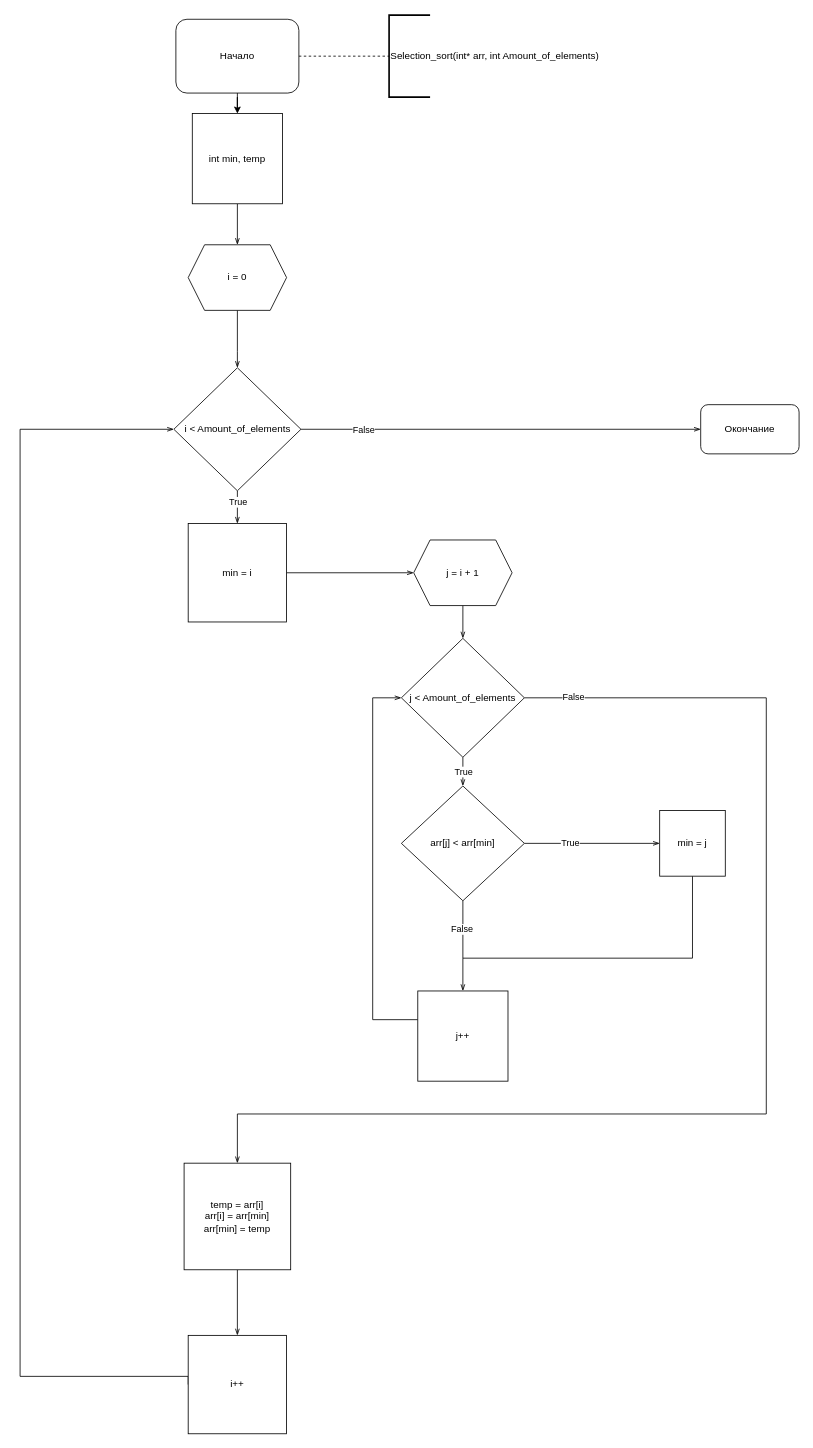
Earlier version of the draw.io diagram Untitled Diagram.drawio (khanhbg339/Logic_Thuat_toan). Source tidied: cells renumbered, new cells numbered last; positions are measured from the earlier drawing's top-left corner, leaving out a move shared by most shapes. Both pictures are drawn from the tidied source at 82%, with x=0, y=0 at pixel (20, 15).
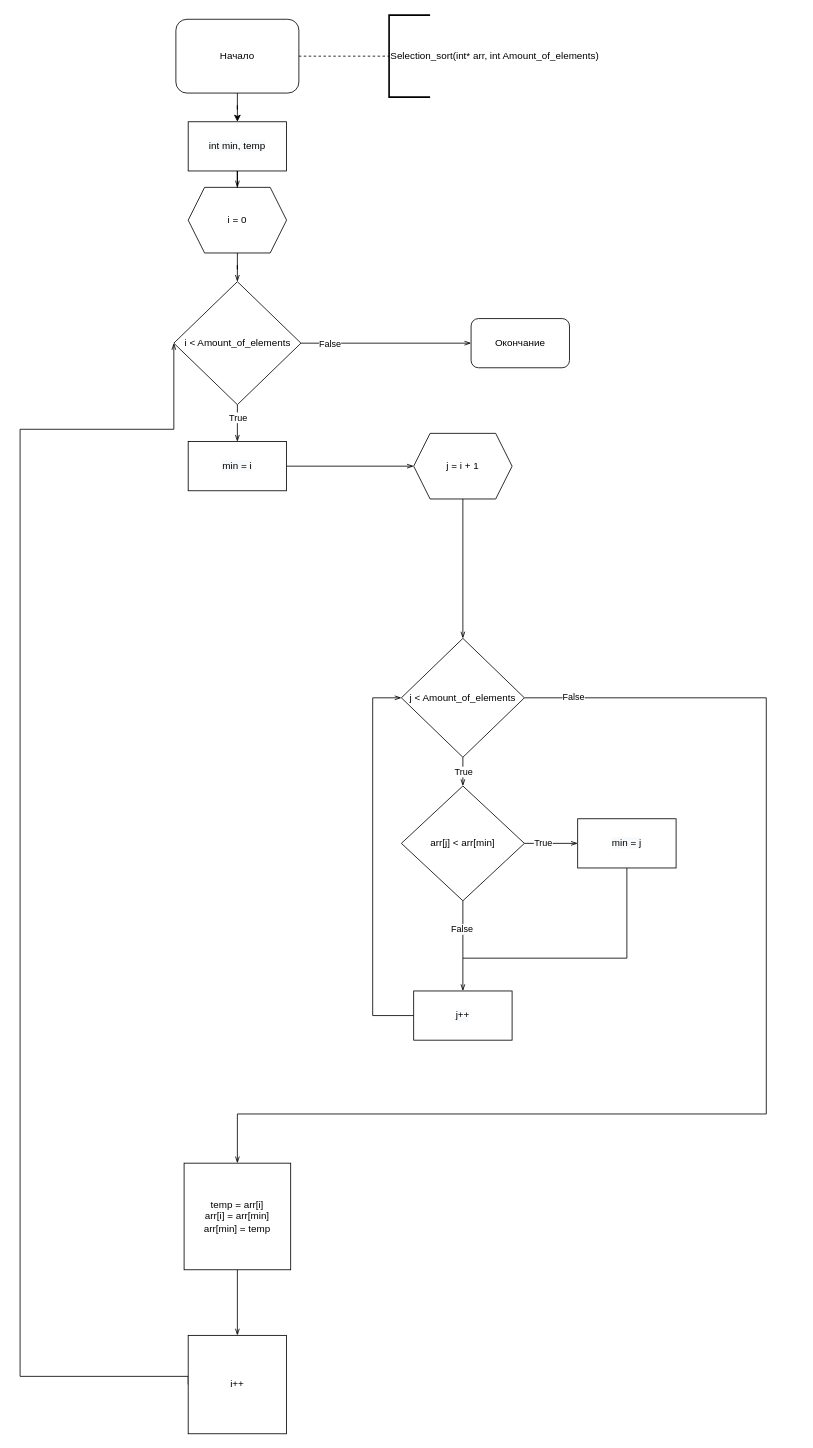
The same diagram, later.

The change refers to these unchanged cells:
```xml
<mxCell id="3" value="Начало" style="rounded=1;whiteSpace=wrap;html=1;" parent="1" vertex="1">
  <mxGeometry x="190" y="5" width="150" height="90" as="geometry" />
</mxCell>
<mxCell id="25" value="j &amp;lt; Amount_of_elements" style="rhombus;whiteSpace=wrap;html=1;" parent="1" vertex="1">
  <mxGeometry x="465" y="760" width="150" height="145" as="geometry" />
</mxCell>
<mxCell id="30" value="arr[j] &amp;lt; arr[min]" style="rhombus;whiteSpace=wrap;html=1;" parent="1" vertex="1">
  <mxGeometry x="465" y="940" width="150" height="140" as="geometry" />
</mxCell>
```

Change to the diagram source:
```diff
@@
-    <mxCell id="2" style="edgeStyle=orthogonalEdgeStyle;rounded=0;jettySize=auto;html=1;" parent="1" edge="1" source="3" target="7">
+    <mxCell id="2" style="edgeStyle=orthogonalEdgeStyle;rounded=0;jettySize=auto;html=1;entryX=0.5;entryY=0;entryDx=0;entryDy=0;" parent="1" edge="1" source="3" target="7">
       <mxGeometry relative="1" as="geometry" />
     </mxCell>
@@
-    <mxCell id="6" style="edgeStyle=orthogonalEdgeStyle;rounded=0;jettySize=auto;html=1;exitX=0.5;exitY=1;exitDx=0;exitDy=0;entryX=0.5;entryY=0;entryDx=0;entryDy=0;endArrow=openThin;endFill=0;" parent="1" edge="1" source="7" target="18">
-      <mxGeometry relative="1" as="geometry" />
-    </mxCell>
-    <mxCell id="7" value="int min, temp" style="whiteSpace=wrap;html=1;" parent="1" vertex="1">
-      <mxGeometry x="210" y="120" width="110" height="110" as="geometry" />
-    </mxCell>
@@
-    <mxCell id="10" style="edgeStyle=orthogonalEdgeStyle;rounded=0;jettySize=auto;html=1;startArrow=none;startFill=0;endArrow=openThin;endFill=0;" parent="1" edge="1" source="12" target="14">
+    <mxCell id="10" style="edgeStyle=orthogonalEdgeStyle;rounded=0;jettySize=auto;html=1;startArrow=none;startFill=0;endArrow=openThin;endFill=0;entryX=0.5;entryY=0;entryDx=0;entryDy=0;" parent="1" edge="1" source="12" target="14">
       <mxGeometry relative="1" as="geometry">
         <Array as="points">
-          <mxPoint x="265" y="600" />
-          <mxPoint x="265" y="600" />
+          <mxPoint x="270" y="420" />
+          <mxPoint x="270" y="420" />
         </Array>
       </mxGeometry>
     </mxCell>
@@
     <mxCell id="12" value="i &amp;lt; Amount_of_elements" style="rhombus;whiteSpace=wrap;html=1;" parent="1" vertex="1">
-      <mxGeometry x="187.5" y="430" width="155" height="150" as="geometry" />
+      <mxGeometry x="187.5" y="325" width="155" height="150" as="geometry" />
     </mxCell>
-    <mxCell id="13" style="edgeStyle=orthogonalEdgeStyle;rounded=0;jettySize=auto;html=1;startArrow=none;startFill=0;endArrow=openThin;endFill=0;" parent="1" edge="1" source="14" target="20">
+    <mxCell id="13" style="edgeStyle=orthogonalEdgeStyle;rounded=0;jettySize=auto;html=1;startArrow=none;startFill=0;endArrow=openThin;endFill=0;exitX=1;exitY=0.5;exitDx=0;exitDy=0;" parent="1" edge="1" source="14" target="20">
       <mxGeometry relative="1" as="geometry" />
     </mxCell>
-    <mxCell id="14" value="min = i" style="whiteSpace=wrap;html=1;" parent="1" vertex="1">
-      <mxGeometry x="205" y="620" width="120" height="120" as="geometry" />
-    </mxCell>
@@
-    <mxCell id="17" style="edgeStyle=orthogonalEdgeStyle;rounded=0;jettySize=auto;html=1;exitX=0.5;exitY=1;exitDx=0;exitDy=0;entryX=0.5;entryY=0;entryDx=0;entryDy=0;endArrow=openThin;endFill=0;" parent="1" edge="1" source="18" target="12">
-      <mxGeometry relative="1" as="geometry">
-        <Array as="points">
-          <mxPoint x="265" y="410" />
-          <mxPoint x="265" y="410" />
-        </Array>
-      </mxGeometry>
+    <mxCell id="17" style="edgeStyle=orthogonalEdgeStyle;rounded=0;jettySize=auto;html=1;startArrow=none;startFill=0;endArrow=openThin;endFill=0;" parent="1" edge="1" source="18" target="12">
+      <mxGeometry relative="1" as="geometry" />
     </mxCell>
     <mxCell id="18" value="i = 0" style="shape=hexagon;perimeter=hexagonPerimeter2;whiteSpace=wrap;html=1;fixedSize=1;" parent="1" vertex="1">
-      <mxGeometry x="205" y="280" width="120" height="80" as="geometry" />
+      <mxGeometry x="205" y="210" width="120" height="80" as="geometry" />
     </mxCell>
@@
     <mxCell id="20" value="j = i + 1" style="shape=hexagon;perimeter=hexagonPerimeter2;whiteSpace=wrap;html=1;fixedSize=1;" parent="1" vertex="1">
-      <mxGeometry x="480" y="640" width="120" height="80" as="geometry" />
+      <mxGeometry x="480" y="510" width="120" height="80" as="geometry" />
     </mxCell>
@@
-    <mxCell id="26" style="edgeStyle=orthogonalEdgeStyle;rounded=0;jettySize=auto;html=1;startArrow=none;startFill=0;endArrow=openThin;endFill=0;" parent="1" edge="1" source="30" target="32">
-      <mxGeometry relative="1" as="geometry">
-        <Array as="points">
-          <mxPoint x="540" y="1150" />
-          <mxPoint x="540" y="1150" />
-        </Array>
-      </mxGeometry>
+    <mxCell id="26" style="edgeStyle=orthogonalEdgeStyle;rounded=0;jettySize=auto;html=1;startArrow=none;startFill=0;endArrow=openThin;endFill=0;entryX=0.5;entryY=0;entryDx=0;entryDy=0;" parent="1" edge="1" source="30" target="32">
+      <mxGeometry relative="1" as="geometry" />
     </mxCell>
@@
-    <mxCell id="28" style="edgeStyle=orthogonalEdgeStyle;rounded=0;jettySize=auto;html=1;startArrow=none;startFill=0;endArrow=openThin;endFill=0;" parent="1" edge="1" source="30" target="34">
+    <mxCell id="28" style="edgeStyle=orthogonalEdgeStyle;rounded=0;jettySize=auto;html=1;startArrow=none;startFill=0;endArrow=openThin;endFill=0;entryX=0;entryY=0.5;entryDx=0;entryDy=0;" parent="1" edge="1" source="30" target="34">
       <mxGeometry relative="1" as="geometry" />
     </mxCell>
@@
-    <mxCell id="31" style="edgeStyle=orthogonalEdgeStyle;rounded=0;jettySize=auto;html=1;entryX=0;entryY=0.5;entryDx=0;entryDy=0;startArrow=none;startFill=0;endArrow=openThin;endFill=0;" parent="1" edge="1" source="32" target="25">
+    <mxCell id="31" style="edgeStyle=orthogonalEdgeStyle;rounded=0;jettySize=auto;html=1;entryX=0;entryY=0.5;entryDx=0;entryDy=0;startArrow=none;startFill=0;endArrow=openThin;endFill=0;exitX=0;exitY=0.5;exitDx=0;exitDy=0;" parent="1" edge="1" source="32" target="25">
       <mxGeometry relative="1" as="geometry">
         <Array as="points">
-          <mxPoint x="430" y="1225" />
-          <mxPoint x="430" y="833" />
+          <mxPoint x="430" y="1220" />
+          <mxPoint x="430" y="832" />
         </Array>
       </mxGeometry>
     </mxCell>
-    <mxCell id="32" value="j++" style="whiteSpace=wrap;html=1;" parent="1" vertex="1">
-      <mxGeometry x="485" y="1190" width="110" height="110" as="geometry" />
-    </mxCell>
     <mxCell id="33" style="edgeStyle=orthogonalEdgeStyle;rounded=0;jettySize=auto;html=1;exitX=0.5;exitY=1;exitDx=0;exitDy=0;startArrow=none;startFill=0;endArrow=none;endFill=0;" parent="1" edge="1" source="34">
       <mxGeometry relative="1" as="geometry">
         <mxPoint x="540" y="1150" as="targetPoint" />
         <Array as="points">
-          <mxPoint x="820" y="1150" />
-          <mxPoint x="540" y="1150" />
+          <mxPoint x="740" y="1150" />
         </Array>
       </mxGeometry>
     </mxCell>
-    <mxCell id="34" value="min = j" style="whiteSpace=wrap;html=1;" parent="1" vertex="1">
-      <mxGeometry x="780" y="970" width="80" height="80" as="geometry" />
-    </mxCell>
@@
     <mxCell id="37" value="Окончание" style="rounded=1;whiteSpace=wrap;html=1;" parent="1" vertex="1">
-      <mxGeometry x="830" y="475" width="120" height="60" as="geometry" />
+      <mxGeometry x="550" y="370" width="120" height="60" as="geometry" />
     </mxCell>
+    <mxCell id="6" style="edgeStyle=orthogonalEdgeStyle;rounded=0;jettySize=auto;html=1;startArrow=none;startFill=0;endArrow=openThin;endFill=0;" parent="1" edge="1" source="7" target="18">
+      <mxGeometry relative="1" as="geometry" />
+    </mxCell>
+    <mxCell id="7" value="&#10;&#10;&lt;span style=&quot;color: rgb(0, 0, 0); font-family: helvetica; font-size: 12px; font-style: normal; font-weight: 400; letter-spacing: normal; text-align: center; text-indent: 0px; text-transform: none; word-spacing: 0px; background-color: rgb(248, 249, 250); display: inline; float: none;&quot;&gt;int min, temp&lt;/span&gt;&#10;&#10;" style="rounded=0;whiteSpace=wrap;html=1;" parent="1" vertex="1">
+      <mxGeometry x="205" y="130" width="120" height="60" as="geometry" />
+    </mxCell>
+    <mxCell id="14" value="&#10;&#10;&lt;span style=&quot;color: rgb(0, 0, 0); font-family: helvetica; font-size: 12px; font-style: normal; font-weight: 400; letter-spacing: normal; text-align: center; text-indent: 0px; text-transform: none; word-spacing: 0px; background-color: rgb(248, 249, 250); display: inline; float: none;&quot;&gt;min = i&lt;/span&gt;&#10;&#10;" style="rounded=0;whiteSpace=wrap;html=1;" parent="1" vertex="1">
+      <mxGeometry x="205" y="520" width="120" height="60" as="geometry" />
+    </mxCell>
+    <mxCell id="34" value="&#10;&#10;&lt;span style=&quot;color: rgb(0, 0, 0); font-family: helvetica; font-size: 12px; font-style: normal; font-weight: 400; letter-spacing: normal; text-align: center; text-indent: 0px; text-transform: none; word-spacing: 0px; background-color: rgb(248, 249, 250); display: inline; float: none;&quot;&gt;min = j&lt;/span&gt;&#10;&#10;" style="rounded=0;whiteSpace=wrap;html=1;" parent="1" vertex="1">
+      <mxGeometry x="680" y="980" width="120" height="60" as="geometry" />
+    </mxCell>
+    <mxCell id="32" value="&#10;&#10;&lt;span style=&quot;color: rgb(0, 0, 0); font-family: helvetica; font-size: 12px; font-style: normal; font-weight: 400; letter-spacing: normal; text-align: center; text-indent: 0px; text-transform: none; word-spacing: 0px; background-color: rgb(248, 249, 250); display: inline; float: none;&quot;&gt;j++&lt;/span&gt;&#10;&#10;" style="rounded=0;whiteSpace=wrap;html=1;" parent="1" vertex="1">
+      <mxGeometry x="480" y="1190" width="120" height="60" as="geometry" />
+    </mxCell>
```
